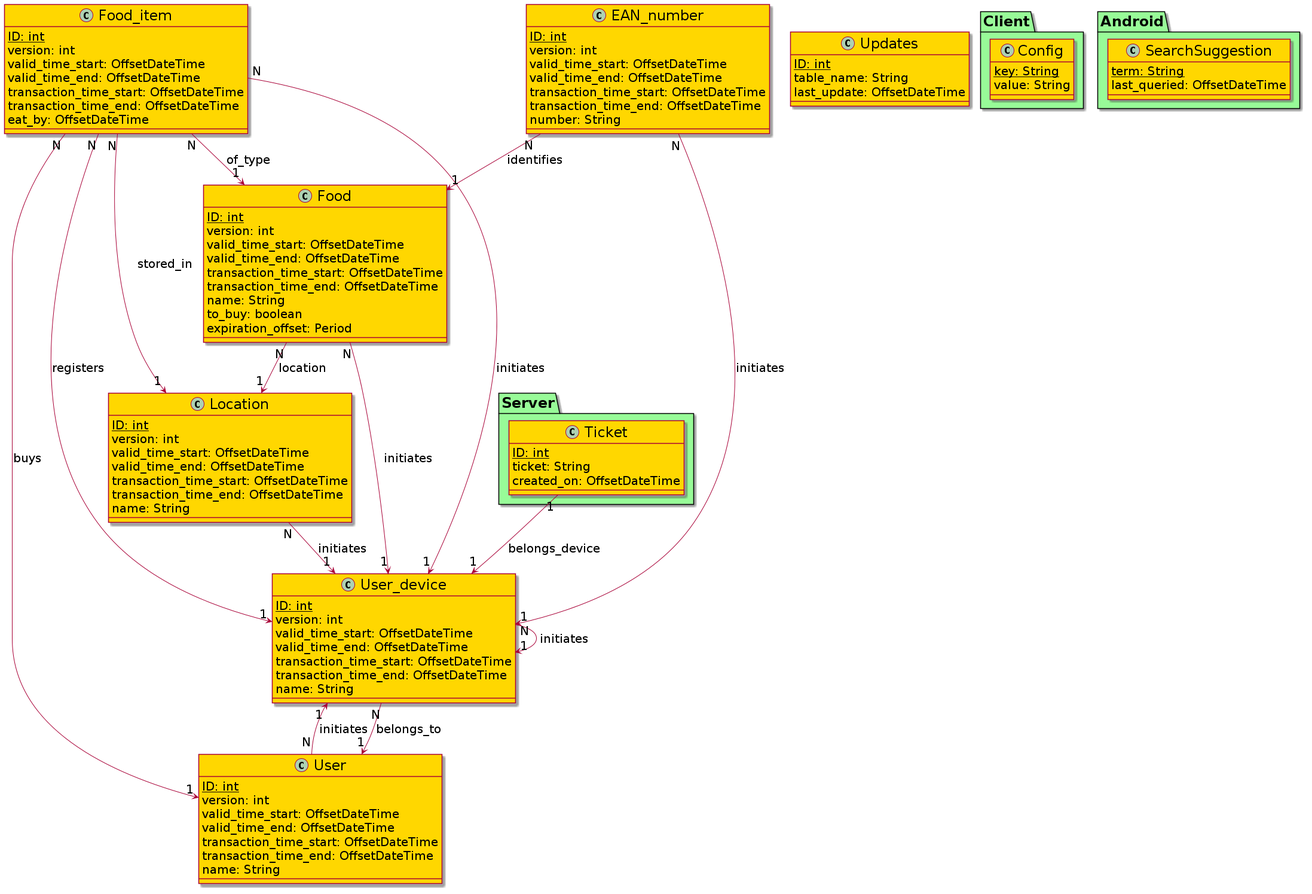
Above: manual/development/diagrams/data-model.png in F1rst-Unicorn/stocks (PlantUML), before the change.
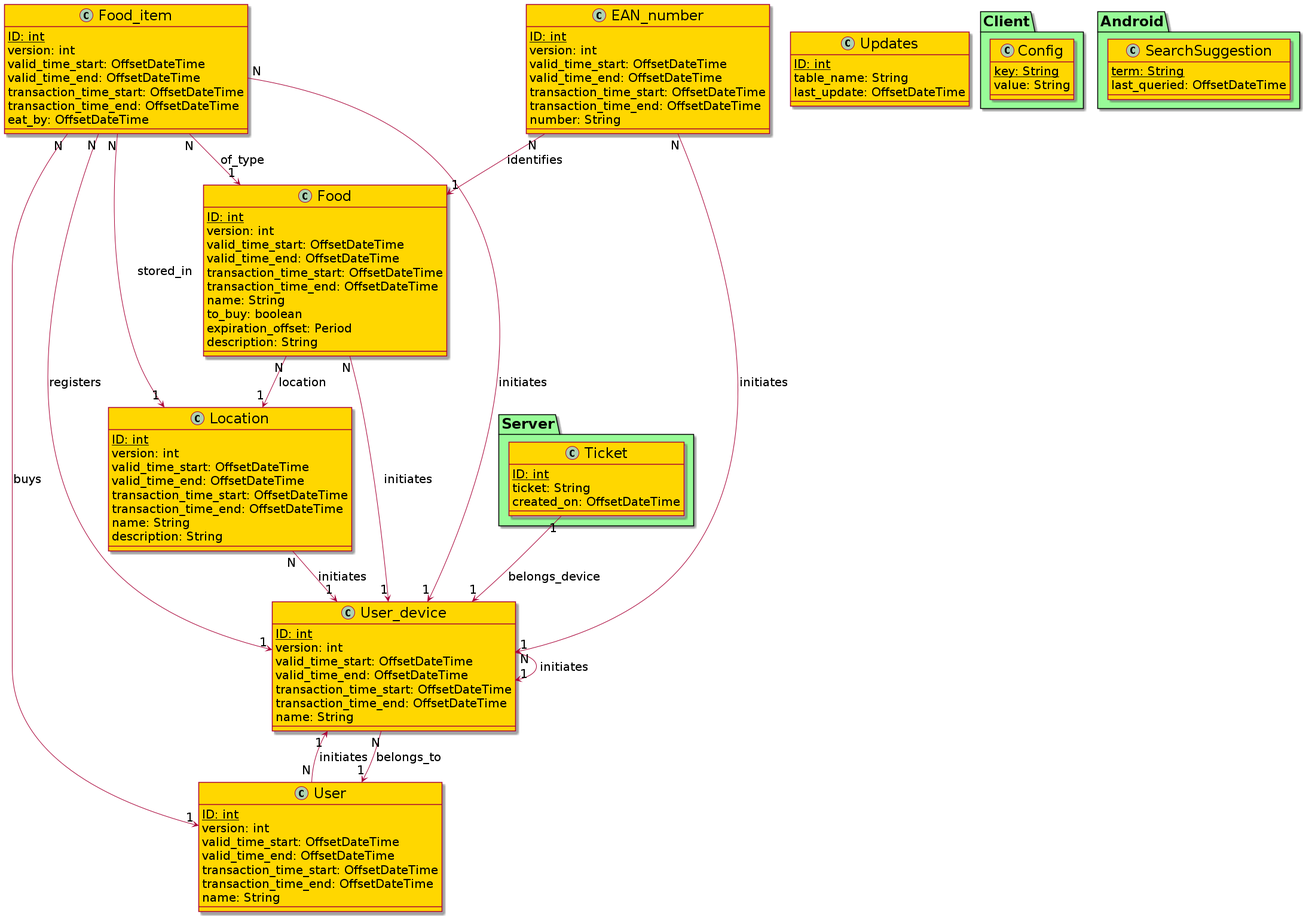
Later version of the same file.

Commit message:
STOCKS-100: Update data model diagram

The edit, as a diff of the source:
```diff
@@ -12,13 +12,6 @@
 skinparam SequenceGroupHeaderFontSize 24
 skinparam notefontsize 20
 
-skinparam classFontSize 24
-skinparam packageFontSize 24
-skinparam arrowFontSize 20
-skinparam classAttributeFontSize 20
-skinparam classBackgroundColor Gold
-skinparam packageBackgroundColor PaleGreen
-
 class Location {
     {static} ID: int
     version: int
@@ -27,6 +20,7 @@
     transaction_time_start: OffsetDateTime
     transaction_time_end: OffsetDateTime
     name: String
+    description: String
 }
 
 class User {
@@ -59,6 +53,7 @@
     name: String
     to_buy: boolean
     expiration_offset: Period
+    description: String
 }
 
 class Food_item {
```
